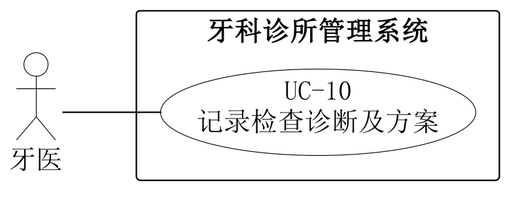
Before: 01-需求文档/diagrams/07-10-system-use-case.png, a diagram exported from PlantUML (Shawmc-creator/systemAnalyseAndDesign). Source of this version:
```plantuml
@startuml
skinparam backgroundColor white
skinparam shadowing false
skinparam defaultFontName SimSun
skinparam defaultFontSize 18
skinparam dpi 220
skinparam ArrowColor black
skinparam nodesep 24
skinparam ranksep 65
skinparam actor {
 BorderColor black
 BackgroundColor white
}
skinparam usecase {
 BorderColor black
 BackgroundColor white
}
skinparam rectangle {
 BorderColor black
 BackgroundColor white
}
left to right direction
actor "牙医" as A0
rectangle "牙科诊所管理系统" {
 usecase "UC-10\n记录检查诊断及方案" as U
}
A0 -- U

@enduml
```
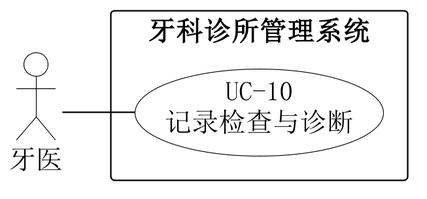
The same diagram one commit later.

Diff of the diagram source:
```diff
@@ -5,8 +5,8 @@
 skinparam defaultFontSize 18
 skinparam dpi 220
 skinparam ArrowColor black
-skinparam nodesep 24
-skinparam ranksep 65
+skinparam nodesep 22
+skinparam ranksep 48
 skinparam actor {
  BorderColor black
  BackgroundColor white
@@ -22,7 +22,7 @@
 left to right direction
 actor "牙医" as A0
 rectangle "牙科诊所管理系统" {
- usecase "UC-10\n记录检查诊断及方案" as U
+ usecase "UC-10\n记录检查与诊断" as U
 }
 A0 -- U
 
```
